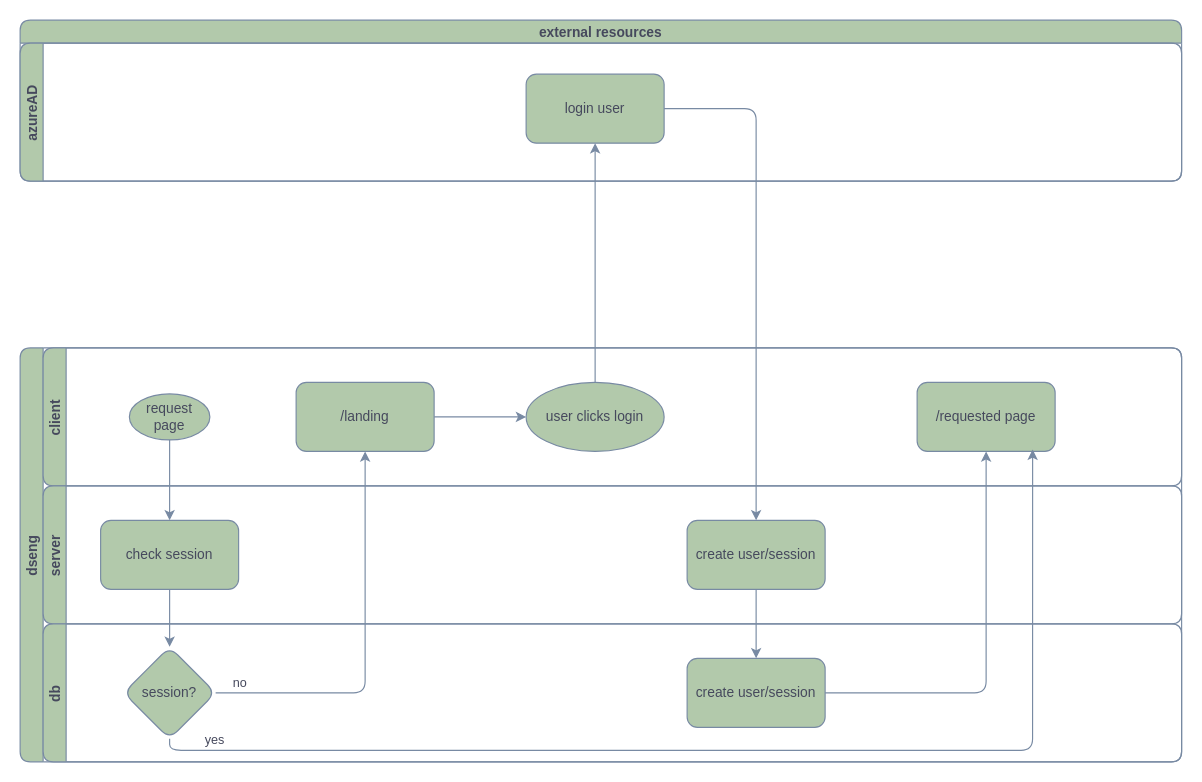
This is diagrams/auth.dio from davidbrekke/dseng, a draw.io file, before an edit. Source tidied: cells renumbered, new cells numbered last; positions are measured from the earlier drawing's top-left corner, leaving out a move shared by most shapes. Both pictures are drawn from the tidied source at 115%, with x=0, y=0 at pixel (20, 20).
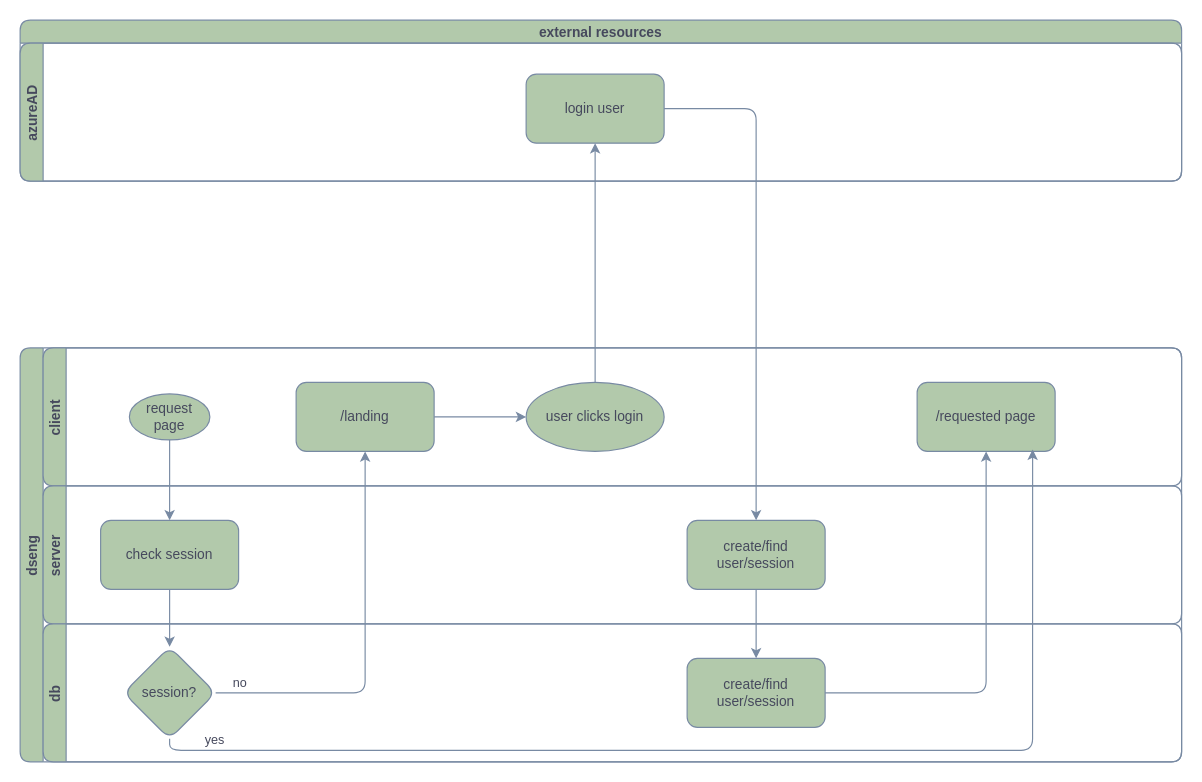
Above is the later version.

Unchanged cells that the change refers to:
```xml
<mxCell id="9" value="server" style="swimlane;startSize=20;horizontal=0;fillColor=#B2C9AB;strokeColor=#788AA3;fontColor=#46495D;rounded=1;" parent="2" vertex="1">
  <mxGeometry x="20" y="120" width="990" height="120" as="geometry" />
</mxCell>
<mxCell id="12" value="db" style="swimlane;startSize=20;horizontal=0;fillColor=#B2C9AB;strokeColor=#788AA3;fontColor=#46495D;rounded=1;" parent="2" vertex="1">
  <mxGeometry x="20" y="240" width="990" height="120" as="geometry" />
</mxCell>
```

What changed in the source:
```diff
@@
-    <mxCell id="11" value="create user/session" style="whiteSpace=wrap;html=1;fillColor=#B2C9AB;strokeColor=#788AA3;fontColor=#46495D;rounded=1;" parent="9" vertex="1">
+    <mxCell id="11" value="create/find user/session" style="whiteSpace=wrap;html=1;fillColor=#B2C9AB;strokeColor=#788AA3;fontColor=#46495D;rounded=1;" parent="9" vertex="1">
       <mxGeometry x="560" y="30" width="120" height="60" as="geometry" />
     </mxCell>
@@
-    <mxCell id="14" value="create user/session" style="whiteSpace=wrap;html=1;fillColor=#B2C9AB;strokeColor=#788AA3;fontColor=#46495D;rounded=1;" parent="12" vertex="1">
+    <mxCell id="14" value="create/find user/session" style="whiteSpace=wrap;html=1;fillColor=#B2C9AB;strokeColor=#788AA3;fontColor=#46495D;rounded=1;" parent="12" vertex="1">
       <mxGeometry x="560" y="30" width="120" height="60" as="geometry" />
     </mxCell>
```
